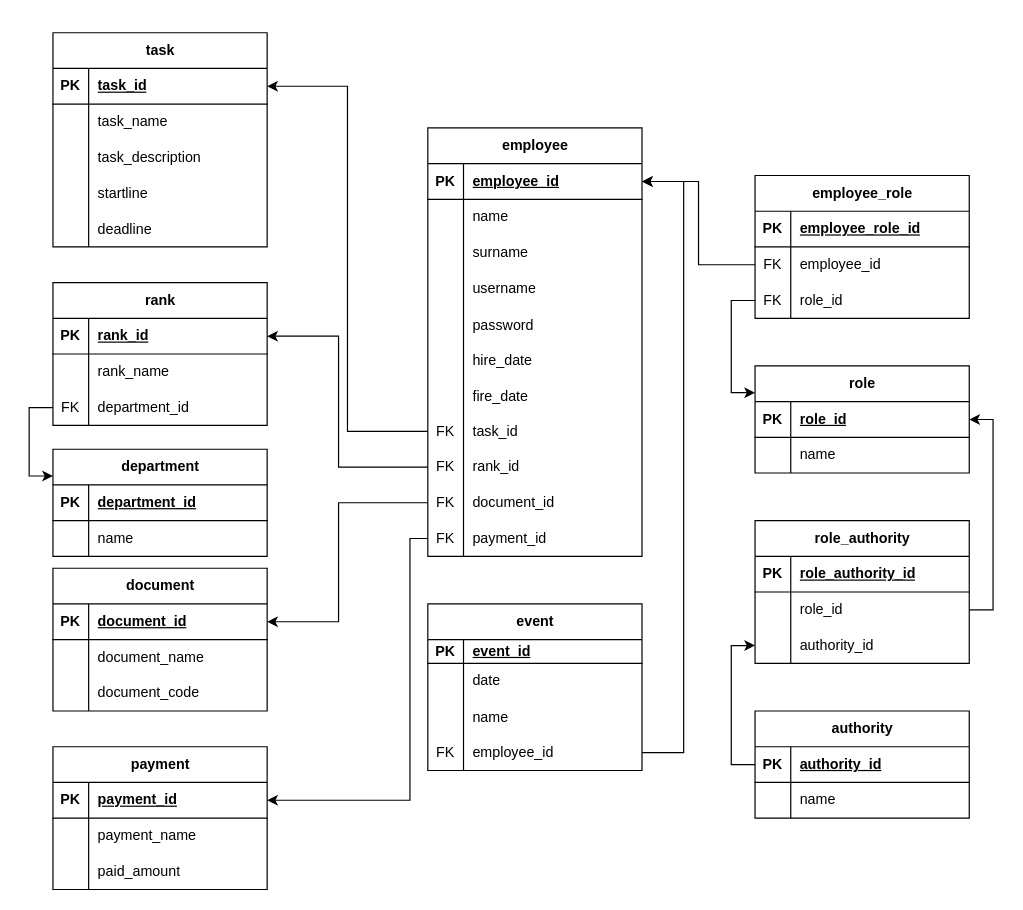
NeDonil/EmployeeSystemBackend keeps this draw.io diagram as er.drawio. Above is the earlier version. Source tidied: cells renumbered, new cells numbered last; positions are measured from the earlier drawing's top-left corner, leaving out a move shared by most shapes. Both pictures are drawn from the tidied source at 119%, with x=0, y=0 at pixel (52, 32).
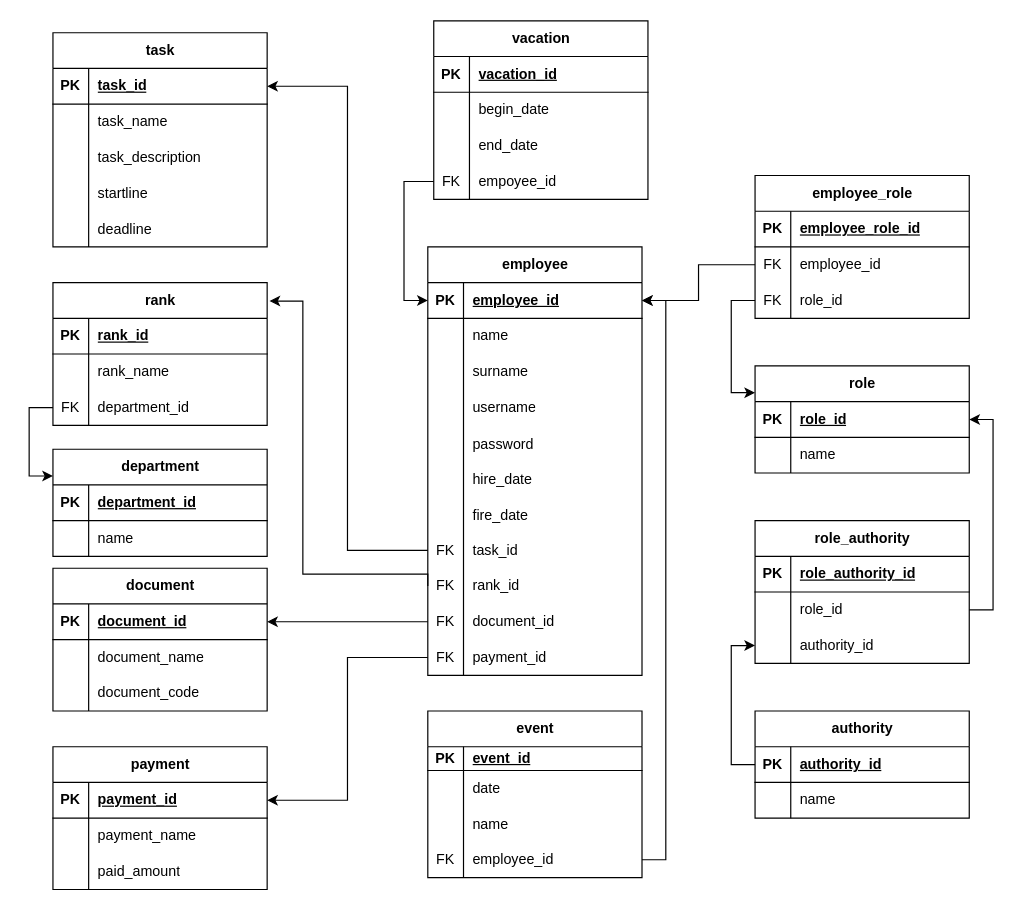
The same page after the edit.

Commit message:
Add vacation in ER diagram

The change refers to these unchanged cells:
```xml
<mxCell id="3" style="shape=tableRow;horizontal=0;startSize=0;swimlaneHead=0;swimlaneBody=0;fillColor=none;points=[[0,0.5],[1,0.5]];portConstraint=eastwest;top=0;left=0;right=0;bottom=1;" parent="2" vertex="1">
  <mxGeometry y="30" width="180" height="30" as="geometry" />
</mxCell>
<mxCell id="24" style="shape=tableRow;horizontal=0;startSize=0;swimlaneHead=0;swimlaneBody=0;fillColor=none;points=[[0,0.5],[1,0.5]];portConstraint=eastwest;top=0;left=0;right=0;bottom=0;" parent="2" vertex="1">
  <mxGeometry y="240" width="180" height="30" as="geometry" />
</mxCell>
<mxCell id="27" style="shape=tableRow;horizontal=0;startSize=0;swimlaneHead=0;swimlaneBody=0;fillColor=none;points=[[0,0.5],[1,0.5]];portConstraint=eastwest;top=0;left=0;right=0;bottom=0;" parent="2" vertex="1">
  <mxGeometry y="270" width="180" height="30" as="geometry" />
</mxCell>
<mxCell id="30" style="shape=tableRow;horizontal=0;startSize=0;swimlaneHead=0;swimlaneBody=0;fillColor=none;points=[[0,0.5],[1,0.5]];portConstraint=eastwest;top=0;left=0;right=0;bottom=0;" parent="2" vertex="1">
  <mxGeometry y="300" width="180" height="30" as="geometry" />
</mxCell>
<mxCell id="33" style="shape=tableRow;horizontal=0;startSize=0;swimlaneHead=0;swimlaneBody=0;fillColor=none;points=[[0,0.5],[1,0.5]];portConstraint=eastwest;top=0;left=0;right=0;bottom=0;" parent="2" vertex="1">
  <mxGeometry y="330" width="180" height="30" as="geometry" />
</mxCell>
<mxCell id="37" style="shape=tableRow;horizontal=0;startSize=0;swimlaneHead=0;swimlaneBody=0;fillColor=none;points=[[0,0.5],[1,0.5]];portConstraint=eastwest;top=0;left=0;right=0;bottom=1;" parent="36" vertex="1">
  <mxGeometry y="30" width="180" height="30" as="geometry" />
</mxCell>
<mxCell id="48" style="shape=tableRow;horizontal=0;startSize=0;swimlaneHead=0;swimlaneBody=0;fillColor=none;points=[[0,0.5],[1,0.5]];portConstraint=eastwest;top=0;left=0;right=0;bottom=1;" parent="47" vertex="1">
  <mxGeometry y="30" width="180" height="30" as="geometry" />
</mxCell>
<mxCell id="58" value="rank" style="shape=table;startSize=30;childLayout=tableLayout;rowLines=0;fontStyle=1;align=center;html=1;" parent="1" vertex="1">
  <mxGeometry y="210" width="180" height="120" as="geometry" />
</mxCell>
<mxCell id="59" style="shape=tableRow;horizontal=0;startSize=0;swimlaneHead=0;swimlaneBody=0;fillColor=none;points=[[0,0.5],[1,0.5]];portConstraint=eastwest;top=0;left=0;right=0;bottom=1;" parent="58" vertex="1">
  <mxGeometry y="30" width="180" height="30" as="geometry" />
</mxCell>
<mxCell id="70" style="shape=tableRow;horizontal=0;startSize=0;swimlaneHead=0;swimlaneBody=0;fillColor=none;points=[[0,0.5],[1,0.5]];portConstraint=eastwest;top=0;left=0;right=0;bottom=1;" parent="69" vertex="1">
  <mxGeometry y="30" width="180" height="30" as="geometry" />
</mxCell>
<mxCell id="140" style="shape=tableRow;horizontal=0;startSize=0;swimlaneHead=0;swimlaneBody=0;fillColor=none;points=[[0,0.5],[1,0.5]];portConstraint=eastwest;top=0;left=0;right=0;bottom=0;" parent="130" vertex="1">
  <mxGeometry y="110" width="180" height="30" as="geometry" />
</mxCell>
```

Diff of the diagram source:
```diff
@@
     <mxCell id="2" value="employee" style="shape=table;startSize=30;childLayout=tableLayout;rowLines=0;fontStyle=1;align=center;html=1;" parent="1" vertex="1">
-      <mxGeometry x="315" y="80" width="180" height="360" as="geometry" />
+      <mxGeometry x="315" y="180" width="180" height="360" as="geometry" />
     </mxCell>
@@
-    <mxCell id="46" style="edgeStyle=orthogonalEdgeStyle;rounded=0;jettySize=auto;html=1;exitX=0;exitY=0.5;exitDx=0;exitDy=0;entryX=1;entryY=0.5;entryDx=0;entryDy=0;" parent="1" edge="1" source="30" target="37">
-      <mxGeometry relative="1" as="geometry">
-        <Array as="points">
-          <mxPoint x="240" y="395" />
-          <mxPoint x="240" y="495" />
-        </Array>
-      </mxGeometry>
-    </mxCell>
@@
-    <mxCell id="57" style="edgeStyle=orthogonalEdgeStyle;rounded=0;jettySize=auto;html=1;exitX=0;exitY=0.5;exitDx=0;exitDy=0;" parent="1" edge="1" source="33" target="48">
-      <mxGeometry relative="1" as="geometry">
-        <Array as="points">
-          <mxPoint x="300" y="425" />
-          <mxPoint x="300" y="645" />
-        </Array>
-      </mxGeometry>
-    </mxCell>
@@
-    <mxCell id="68" style="edgeStyle=orthogonalEdgeStyle;rounded=0;jettySize=auto;html=1;exitX=0;exitY=0.5;exitDx=0;exitDy=0;" parent="1" edge="1" source="27" target="59">
-      <mxGeometry relative="1" as="geometry">
-        <Array as="points">
-          <mxPoint x="240" y="365" />
-          <mxPoint x="240" y="255" />
-        </Array>
-      </mxGeometry>
-    </mxCell>
@@
-    <mxCell id="85" style="edgeStyle=orthogonalEdgeStyle;rounded=0;jettySize=auto;html=1;exitX=0;exitY=0.5;exitDx=0;exitDy=0;entryX=1;entryY=0.5;entryDx=0;entryDy=0;" parent="1" edge="1" source="24" target="70">
-      <mxGeometry relative="1" as="geometry" />
-    </mxCell>
@@
     <mxCell id="130" value="event" style="shape=table;startSize=30;childLayout=tableLayout;rowLines=0;fontStyle=1;align=center;html=1;" parent="1" vertex="1">
-      <mxGeometry x="315" y="480" width="180" height="140" as="geometry" />
+      <mxGeometry x="315" y="570" width="180" height="140" as="geometry" />
     </mxCell>
@@
+    <mxCell id="85" style="edgeStyle=orthogonalEdgeStyle;rounded=0;jettySize=auto;html=1;entryX=1;entryY=0.5;entryDx=0;entryDy=0;" parent="1" edge="1" source="24" target="70">
+      <mxGeometry relative="1" as="geometry" />
+    </mxCell>
+    <mxCell id="146" style="edgeStyle=orthogonalEdgeStyle;rounded=0;jettySize=auto;html=1;exitX=0;exitY=0.5;exitDx=0;exitDy=0;entryX=1.011;entryY=0.129;entryDx=0;entryDy=0;entryPerimeter=0;" parent="1" edge="1" source="27" target="58">
+      <mxGeometry relative="1" as="geometry">
+        <Array as="points">
+          <mxPoint x="210" y="455" />
+          <mxPoint x="210" y="226" />
+        </Array>
+      </mxGeometry>
+    </mxCell>
+    <mxCell id="46" style="edgeStyle=orthogonalEdgeStyle;rounded=0;jettySize=auto;html=1;exitX=0;exitY=0.5;exitDx=0;exitDy=0;entryX=1;entryY=0.5;entryDx=0;entryDy=0;" parent="1" edge="1" source="30" target="37">
+      <mxGeometry relative="1" as="geometry" />
+    </mxCell>
-    <mxCell id="145" style="edgeStyle=orthogonalEdgeStyle;rounded=0;jettySize=auto;html=1;exitX=1;exitY=0.5;exitDx=0;exitDy=0;" parent="1" edge="1" source="140" target="3">
-      <mxGeometry relative="1" as="geometry">
-        <Array as="points">
-          <mxPoint x="530" y="605" />
-          <mxPoint x="530" y="125" />
-        </Array>
-      </mxGeometry>
+    <mxCell id="145" style="edgeStyle=orthogonalEdgeStyle;rounded=0;jettySize=auto;html=1;exitX=1;exitY=0.5;exitDx=0;exitDy=0;entryX=1;entryY=0.5;entryDx=0;entryDy=0;" parent="1" edge="1" source="140" target="3">
+      <mxGeometry relative="1" as="geometry" />
     </mxCell>
+    <mxCell id="57" style="edgeStyle=orthogonalEdgeStyle;rounded=0;jettySize=auto;html=1;exitX=0;exitY=0.5;exitDx=0;exitDy=0;entryX=1;entryY=0.5;entryDx=0;entryDy=0;" parent="1" edge="1" source="33" target="48">
+      <mxGeometry relative="1" as="geometry" />
+    </mxCell>
+    <mxCell id="147" value="vacation" style="shape=table;startSize=30;childLayout=tableLayout;rowLines=0;fontStyle=1;align=center;html=1;" parent="1" vertex="1">
+      <mxGeometry x="320" y="-10" width="180" height="150" as="geometry" />
+    </mxCell>
+    <mxCell id="148" style="shape=tableRow;horizontal=0;startSize=0;swimlaneHead=0;swimlaneBody=0;fillColor=none;top=0;left=0;right=0;bottom=1;" parent="147" vertex="1">
+      <mxGeometry y="30" width="180" height="30" as="geometry" />
+    </mxCell>
+    <mxCell id="149" value="PK" style="shape=partialRectangle;fillColor=none;top=0;left=0;bottom=0;right=0;fontStyle=1;overflow=hidden;whiteSpace=wrap;html=1;" parent="148" vertex="1">
+      <mxGeometry width="30" height="30" as="geometry" />
+    </mxCell>
+    <mxCell id="150" value="vacation_id" style="shape=partialRectangle;fillColor=none;top=0;left=0;bottom=0;right=0;align=left;spacingLeft=6;fontStyle=5;overflow=hidden;whiteSpace=wrap;html=1;" parent="148" vertex="1">
+      <mxGeometry x="30" width="150" height="30" as="geometry" />
+    </mxCell>
+    <mxCell id="151" style="shape=tableRow;horizontal=0;startSize=0;swimlaneHead=0;swimlaneBody=0;fillColor=none;top=0;left=0;right=0;bottom=0;" parent="147" vertex="1">
+      <mxGeometry y="60" width="180" height="30" as="geometry" />
+    </mxCell>
+    <mxCell id="152" style="shape=partialRectangle;fillColor=none;top=0;left=0;bottom=0;right=0;overflow=hidden;whiteSpace=wrap;html=1;" parent="151" vertex="1">
+      <mxGeometry width="30" height="30" as="geometry" />
+    </mxCell>
+    <mxCell id="153" value="begin_date" style="shape=partialRectangle;fillColor=none;top=0;left=0;bottom=0;right=0;align=left;spacingLeft=6;overflow=hidden;whiteSpace=wrap;html=1;" parent="151" vertex="1">
+      <mxGeometry x="30" width="150" height="30" as="geometry" />
+    </mxCell>
+    <mxCell id="154" style="shape=tableRow;horizontal=0;startSize=0;swimlaneHead=0;swimlaneBody=0;fillColor=none;top=0;left=0;right=0;bottom=0;" parent="147" vertex="1">
+      <mxGeometry y="90" width="180" height="30" as="geometry" />
+    </mxCell>
+    <mxCell id="155" style="shape=partialRectangle;fillColor=none;top=0;left=0;bottom=0;right=0;overflow=hidden;whiteSpace=wrap;html=1;" parent="154" vertex="1">
+      <mxGeometry width="30" height="30" as="geometry" />
+    </mxCell>
+    <mxCell id="156" value="end_date" style="shape=partialRectangle;fillColor=none;top=0;left=0;bottom=0;right=0;align=left;spacingLeft=6;overflow=hidden;whiteSpace=wrap;html=1;" parent="154" vertex="1">
+      <mxGeometry x="30" width="150" height="30" as="geometry" />
+    </mxCell>
+    <mxCell id="157" style="shape=tableRow;horizontal=0;startSize=0;swimlaneHead=0;swimlaneBody=0;fillColor=none;points=[[0,0.5],[1,0.5]];portConstraint=eastwest;top=0;left=0;right=0;bottom=0;" parent="147" vertex="1">
+      <mxGeometry y="120" width="180" height="30" as="geometry" />
+    </mxCell>
+    <mxCell id="158" value="FK" style="shape=partialRectangle;fillColor=none;top=0;left=0;bottom=0;right=0;fontStyle=0;overflow=hidden;whiteSpace=wrap;html=1;" parent="157" vertex="1">
+      <mxGeometry width="30" height="30" as="geometry" />
+    </mxCell>
+    <mxCell id="159" value="empoyee_id" style="shape=partialRectangle;fillColor=none;top=0;left=0;bottom=0;right=0;align=left;spacingLeft=6;fontStyle=0;overflow=hidden;whiteSpace=wrap;html=1;" parent="157" vertex="1">
+      <mxGeometry x="30" width="150" height="30" as="geometry" />
+    </mxCell>
+    <mxCell id="160" style="edgeStyle=orthogonalEdgeStyle;rounded=0;jettySize=auto;html=1;exitX=0;exitY=0.5;exitDx=0;exitDy=0;entryX=0;entryY=0.5;entryDx=0;entryDy=0;" parent="1" edge="1" source="157" target="3">
+      <mxGeometry relative="1" as="geometry" />
+    </mxCell>
```
